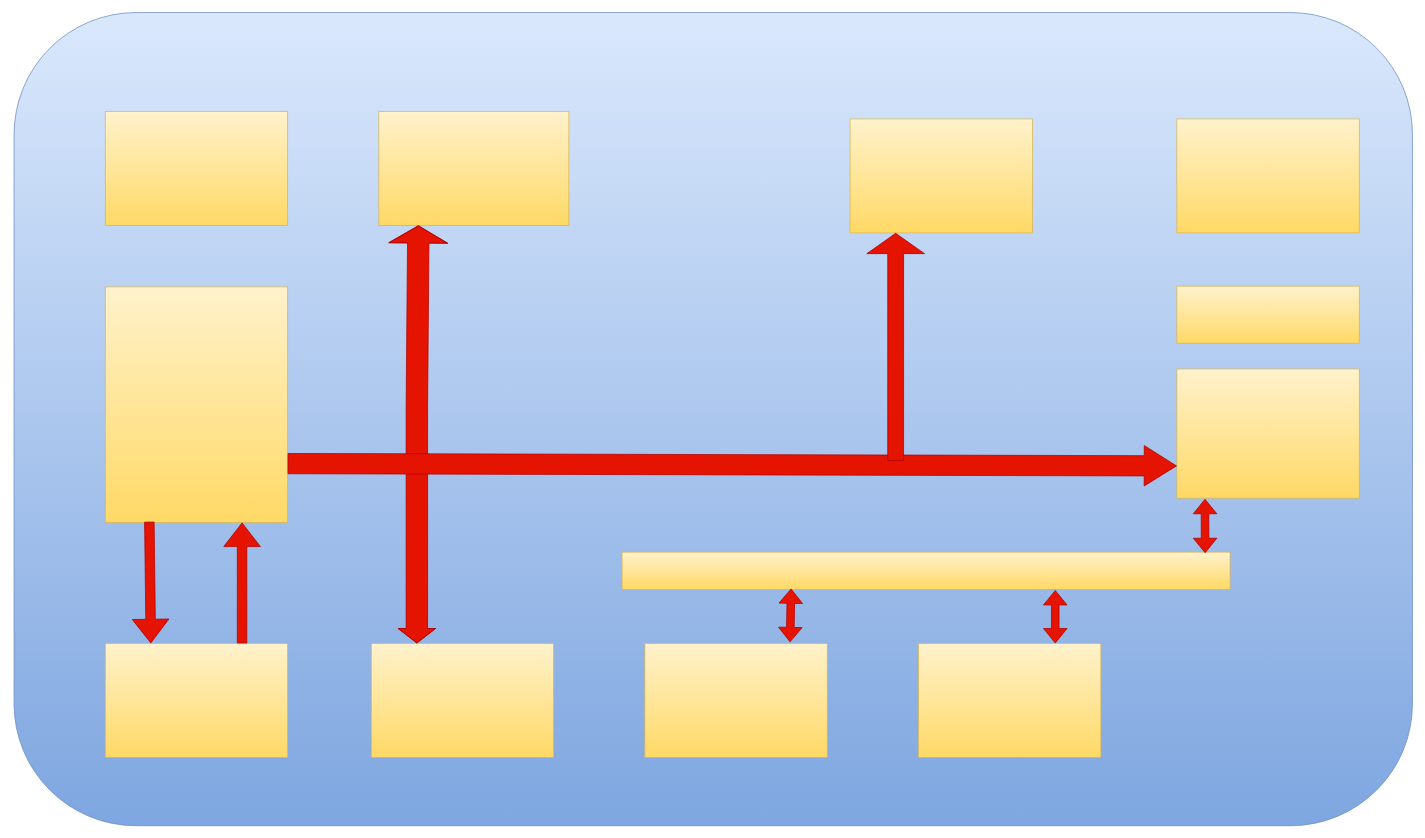
The draw.io diagram Untitled Diagram.drawio in NeroKai/coursera-test, before the edit. Source tidied: cells renumbered, new cells numbered last; positions are measured from the earlier drawing's top-left corner, leaving out a move shared by most shapes. Both pictures are drawn from the tidied source at 76%, with x=0, y=0 at pixel (14, 12).
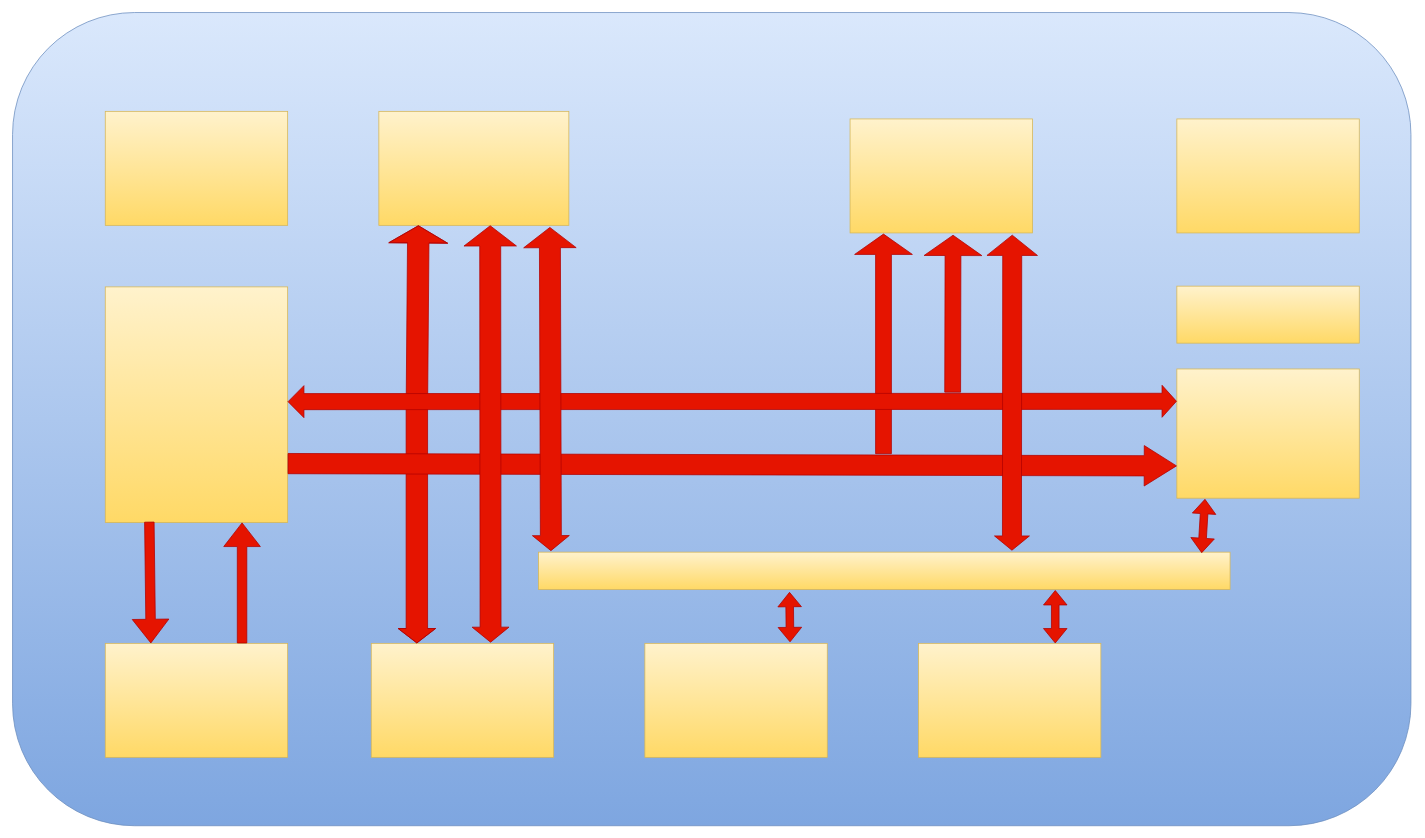
After the change.

The change refers to these unchanged cells:
```xml
<mxCell id="7" style="rounded=0;whiteSpace=wrap;html=1;fillColor=#fff2cc;gradientColor=#ffd966;strokeColor=#d6b656;" parent="1" vertex="1">
  <mxGeometry x="830" y="830" width="240" height="150" as="geometry" />
</mxCell>
<mxCell id="9" style="rounded=0;whiteSpace=wrap;html=1;fillColor=#fff2cc;gradientColor=#ffd966;strokeColor=#d6b656;" parent="1" vertex="1">
  <mxGeometry x="480" y="130" width="250" height="150" as="geometry" />
</mxCell>
<mxCell id="10" style="rounded=0;whiteSpace=wrap;html=1;fillColor=#fff2cc;gradientColor=#ffd966;strokeColor=#d6b656;" parent="1" vertex="1">
  <mxGeometry x="1100" y="140" width="240" height="150" as="geometry" />
</mxCell>
<mxCell id="12" style="rounded=0;whiteSpace=wrap;html=1;fillColor=#fff2cc;gradientColor=#ffd966;strokeColor=#d6b656;" parent="1" vertex="1">
  <mxGeometry x="1530" y="469" width="240" height="170" as="geometry" />
</mxCell>
```

Diff of the diagram source:
```diff
@@
     <mxCell id="2" style="rounded=1;whiteSpace=wrap;html=1;fillColor=#dae8fc;gradientColor=#7ea6e0;strokeColor=#6c8ebf;" parent="1" vertex="1">
-      <mxGeometry width="1840" height="1070" as="geometry" />
+      <mxGeometry x="-2" width="1840" height="1070" as="geometry" />
     </mxCell>
@@
-    <mxCell id="18" style="shape=flexArrow;endArrow=classic;html=1;rounded=0;fillColor=#e51400;strokeColor=#B20000;entryX=0.25;entryY=1;entryDx=0;entryDy=0;endWidth=54.16666666666667;endSize=8.583333333333334;width=20.833333333333336;" parent="1" edge="1" target="10">
+    <mxCell id="18" style="shape=flexArrow;endArrow=classic;html=1;rounded=0;fillColor=#e51400;strokeColor=#B20000;entryX=0.25;entryY=1;entryDx=0;entryDy=0;endWidth=54.16666666666667;endSize=8.583333333333334;width=20.833333333333336;" parent="1" edge="1">
       <mxGeometry relative="1" as="geometry">
-        <mxPoint x="1160" y="590" as="sourcePoint" />
+        <mxPoint x="1144" y="581" as="sourcePoint" />
+        <mxPoint x="1144" y="291" as="targetPoint" />
       </mxGeometry>
     </mxCell>
     <mxCell id="19" style="rounded=0;whiteSpace=wrap;html=1;fillColor=#fff2cc;gradientColor=#ffd966;strokeColor=#d6b656;" parent="1" vertex="1">
-      <mxGeometry x="800" y="710" width="800" height="49" as="geometry" />
+      <mxGeometry x="690" y="710" width="910" height="49" as="geometry" />
     </mxCell>
@@
-    <mxCell id="22" style="shape=flexArrow;endArrow=classic;startArrow=classic;html=1;rounded=0;fillColor=#e51400;strokeColor=#B20000;exitX=0.796;exitY=-0.01;exitDx=0;exitDy=0;entryX=0.278;entryY=0.977;entryDx=0;entryDy=0;entryPerimeter=0;exitPerimeter=0;" parent="1" edge="1" source="7" target="19">
+    <mxCell id="22" style="shape=flexArrow;endArrow=classic;startArrow=classic;html=1;rounded=0;fillColor=#e51400;strokeColor=#B20000;exitX=0.796;exitY=-0.01;exitDx=0;exitDy=0;entryX=0.363;entryY=1.069;entryDx=0;entryDy=0;entryPerimeter=0;exitPerimeter=0;" parent="1" edge="1" source="7" target="19">
       <mxGeometry relative="1" as="geometry" />
     </mxCell>
+    <mxCell id="23" style="shape=flexArrow;endArrow=classic;startArrow=classic;html=1;rounded=0;fillColor=#e51400;strokeColor=#B20000;entryX=0;entryY=0.25;entryDx=0;entryDy=0;width=21.142857142857142;startSize=6.64;" parent="1" edge="1" target="12">
+      <mxGeometry relative="1" as="geometry">
+        <mxPoint x="360" y="512" as="sourcePoint" />
+      </mxGeometry>
+    </mxCell>
+    <mxCell id="24" style="shape=flexArrow;endArrow=classic;startArrow=classic;html=1;rounded=0;fillColor=#e51400;strokeColor=#B20000;entryX=0.75;entryY=1;entryDx=0;entryDy=0;width=27.586206896551726;startSize=6.268965517241379;endWidth=40.486815415821496;endSize=8.564705882352941;" parent="1" edge="1">
+      <mxGeometry relative="1" as="geometry">
+        <mxPoint x="627" y="829" as="sourcePoint" />
+        <mxPoint x="626.5" y="280" as="targetPoint" />
+      </mxGeometry>
+    </mxCell>
+    <mxCell id="25" style="shape=flexArrow;endArrow=classic;startArrow=classic;html=1;rounded=0;fillColor=#e51400;strokeColor=#B20000;entryX=0.9;entryY=1.015;entryDx=0;entryDy=0;width=27.586206896551726;startSize=6.268965517241379;exitX=0.018;exitY=-0.03;exitDx=0;exitDy=0;exitPerimeter=0;endWidth=40.486815415821496;endSize=8.564705882352941;entryPerimeter=0;" parent="1" edge="1" source="19" target="9">
+      <mxGeometry relative="1" as="geometry" />
+    </mxCell>
+    <mxCell id="26" style="shape=flexArrow;endArrow=classic;html=1;rounded=0;fillColor=#e51400;strokeColor=#B20000;entryX=0.602;entryY=1.017;entryDx=0;entryDy=0;endWidth=54.16666666666667;endSize=8.583333333333334;width=20.833333333333336;entryPerimeter=0;" parent="1" edge="1">
+      <mxGeometry relative="1" as="geometry">
+        <mxPoint x="1235" y="500" as="sourcePoint" />
+        <mxPoint x="1235.5" y="292.5" as="targetPoint" />
+      </mxGeometry>
+    </mxCell>
+    <mxCell id="27" style="shape=flexArrow;endArrow=classic;startArrow=classic;html=1;rounded=0;fillColor=#e51400;strokeColor=#B20000;entryX=0.914;entryY=1.016;entryDx=0;entryDy=0;width=25;startSize=5.941666666666666;endWidth=40.486815415821496;endSize=8.564705882352941;entryPerimeter=0;" parent="1" edge="1">
+      <mxGeometry relative="1" as="geometry">
+        <mxPoint x="1313" y="708" as="sourcePoint" />
+        <mxPoint x="1313.4" y="292.4" as="targetPoint" />
+      </mxGeometry>
+    </mxCell>
```
